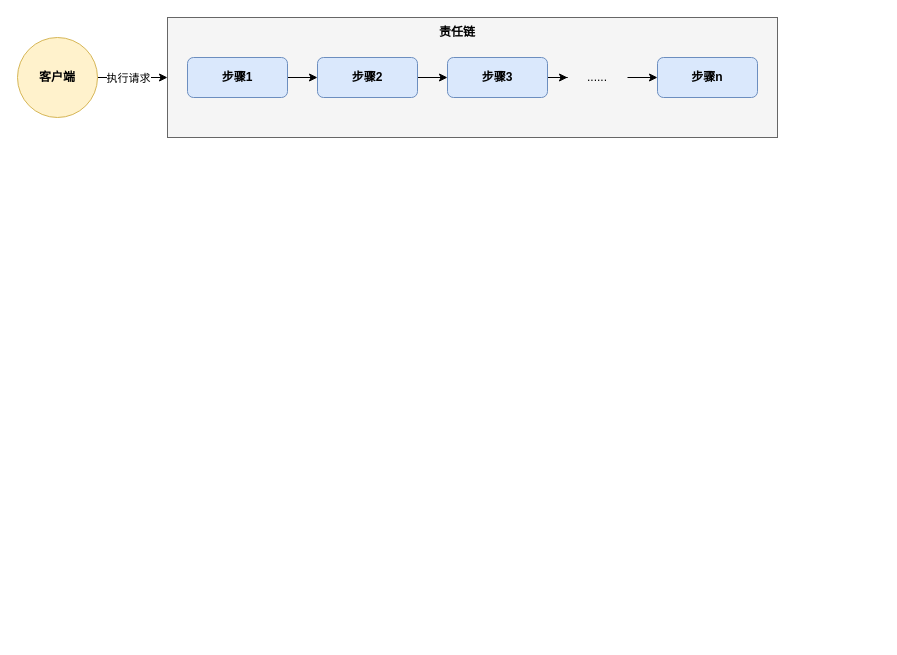
This is Chain.drawio from wjy888666/DesignPatterns, a draw.io file, before an edit. Source tidied: cells renumbered, new cells numbered last; positions are measured from the earlier drawing's top-left corner, leaving out a move shared by most shapes. Both pictures are drawn from the tidied source at 100%, with x=0, y=0 at pixel (17, 17).
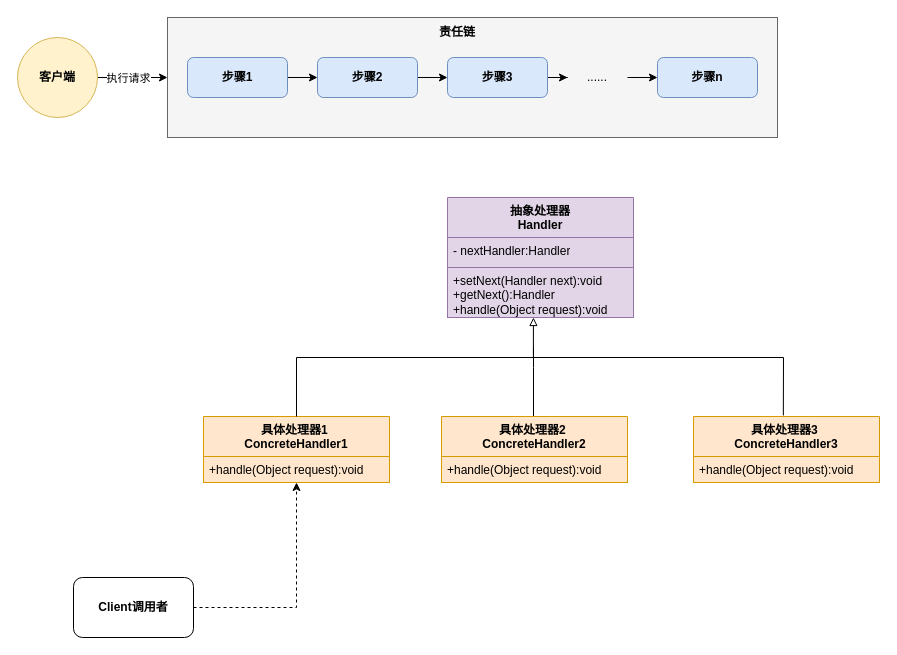
The same page after the edit.

The edit, as a diff of the source:
```diff
@@
+    <mxCell id="16" value="具体处理器1&amp;nbsp;&lt;div&gt;ConcreteHandler1&lt;/div&gt;" style="swimlane;fontStyle=1;align=center;verticalAlign=top;horizontal=1;startSize=40;whiteSpace=wrap;html=1;fillColor=#ffe6cc;strokeColor=#d79b00;" parent="1" vertex="1">
+      <mxGeometry x="186" y="399" width="186" height="66" as="geometry" />
+    </mxCell>
+    <mxCell id="17" value="+handle(Object request):void" style="text;strokeColor=#d79b00;fillColor=#ffe6cc;align=left;verticalAlign=top;spacingLeft=4;spacingRight=4;overflow=hidden;whiteSpace=wrap;html=1;" parent="16" vertex="1">
+      <mxGeometry y="40" width="186" height="26" as="geometry" />
+    </mxCell>
+    <mxCell id="18" style="edgeStyle=orthogonalEdgeStyle;rounded=0;jettySize=auto;html=1;endArrow=none;endFill=0;" parent="1" edge="1" source="19">
+      <mxGeometry relative="1" as="geometry">
+        <mxPoint x="516" y="330" as="targetPoint" />
+        <Array as="points">
+          <mxPoint x="516" y="350" />
+          <mxPoint x="516" y="350" />
+        </Array>
+      </mxGeometry>
+    </mxCell>
+    <mxCell id="19" value="具体处理器2&amp;nbsp;&lt;div&gt;ConcreteHandler2&lt;/div&gt;" style="swimlane;fontStyle=1;align=center;verticalAlign=top;horizontal=1;startSize=40;whiteSpace=wrap;html=1;fillColor=#ffe6cc;strokeColor=#d79b00;" parent="1" vertex="1">
+      <mxGeometry x="424" y="399" width="186" height="66" as="geometry" />
+    </mxCell>
+    <mxCell id="20" value="+handle(Object request):void" style="text;strokeColor=#d79b00;fillColor=#ffe6cc;align=left;verticalAlign=top;spacingLeft=4;spacingRight=4;overflow=hidden;whiteSpace=wrap;html=1;" parent="19" vertex="1">
+      <mxGeometry y="40" width="186" height="26" as="geometry" />
+    </mxCell>
+    <mxCell id="21" value="具体处理器3&amp;nbsp;&lt;div&gt;ConcreteHandler3&lt;/div&gt;" style="swimlane;fontStyle=1;align=center;verticalAlign=top;horizontal=1;startSize=40;whiteSpace=wrap;html=1;fillColor=#ffe6cc;strokeColor=#d79b00;" parent="1" vertex="1">
+      <mxGeometry x="676" y="399" width="186" height="66" as="geometry" />
+    </mxCell>
+    <mxCell id="22" value="+handle(Object request):void" style="text;strokeColor=#d79b00;fillColor=#ffe6cc;align=left;verticalAlign=top;spacingLeft=4;spacingRight=4;overflow=hidden;whiteSpace=wrap;html=1;" parent="21" vertex="1">
+      <mxGeometry y="40" width="186" height="26" as="geometry" />
+    </mxCell>
+    <mxCell id="23" style="edgeStyle=orthogonalEdgeStyle;rounded=0;jettySize=auto;html=1;entryX=0.5;entryY=1;entryDx=0;entryDy=0;dashed=1;" parent="1" edge="1" source="24" target="16">
+      <mxGeometry relative="1" as="geometry" />
+    </mxCell>
+    <mxCell id="24" value="Client调用者" style="rounded=1;whiteSpace=wrap;html=1;fontStyle=1;" parent="1" vertex="1">
+      <mxGeometry x="56" y="560" width="120" height="60" as="geometry" />
+    </mxCell>
+    <mxCell id="25" value="抽象处理器&lt;div&gt;Handler&lt;/div&gt;" style="swimlane;fontStyle=1;align=center;verticalAlign=top;horizontal=1;startSize=40;whiteSpace=wrap;html=1;fillColor=#e1d5e7;strokeColor=#9673a6;" parent="1" vertex="1">
+      <mxGeometry x="430" y="180" width="186" height="70" as="geometry" />
+    </mxCell>
+    <mxCell id="26" value="- nextHandler:Handler" style="text;strokeColor=#9673a6;fillColor=#e1d5e7;align=left;verticalAlign=top;spacingLeft=4;spacingRight=4;overflow=hidden;whiteSpace=wrap;html=1;" parent="25" vertex="1">
+      <mxGeometry y="40" width="186" height="30" as="geometry" />
+    </mxCell>
+    <mxCell id="27" value="+setNext(Handler next):void&lt;div&gt;+getNext():Handler&lt;/div&gt;&lt;div&gt;+handle(Object request):void&lt;/div&gt;" style="text;strokeColor=#9673a6;fillColor=#e1d5e7;align=left;verticalAlign=top;spacingLeft=4;spacingRight=4;overflow=hidden;points=[[0,0.5],[1,0.5]];portConstraint=eastwest;whiteSpace=wrap;html=1;" parent="1" vertex="1">
+      <mxGeometry x="430" y="250" width="186" height="50" as="geometry" />
+    </mxCell>
+    <mxCell id="28" style="edgeStyle=orthogonalEdgeStyle;rounded=0;jettySize=auto;html=1;entryX=0.462;entryY=1;entryDx=0;entryDy=0;entryPerimeter=0;endArrow=block;endFill=0;" parent="1" edge="1" source="16" target="27">
+      <mxGeometry relative="1" as="geometry">
+        <Array as="points">
+          <mxPoint x="279" y="340" />
+          <mxPoint x="516" y="340" />
+        </Array>
+      </mxGeometry>
+    </mxCell>
+    <mxCell id="29" style="endArrow=none;html=1;rounded=0;" parent="1" edge="1">
+      <mxGeometry relative="1" as="geometry">
+        <mxPoint x="516" y="340" as="sourcePoint" />
+        <mxPoint x="766" y="340" as="targetPoint" />
+      </mxGeometry>
+    </mxCell>
+    <mxCell id="30" style="endArrow=none;html=1;rounded=0;exitX=0.483;exitY=-0.015;exitDx=0;exitDy=0;exitPerimeter=0;" parent="1" edge="1" source="21">
+      <mxGeometry relative="1" as="geometry">
+        <mxPoint x="766" y="340" as="targetPoint" />
+      </mxGeometry>
+    </mxCell>
```
